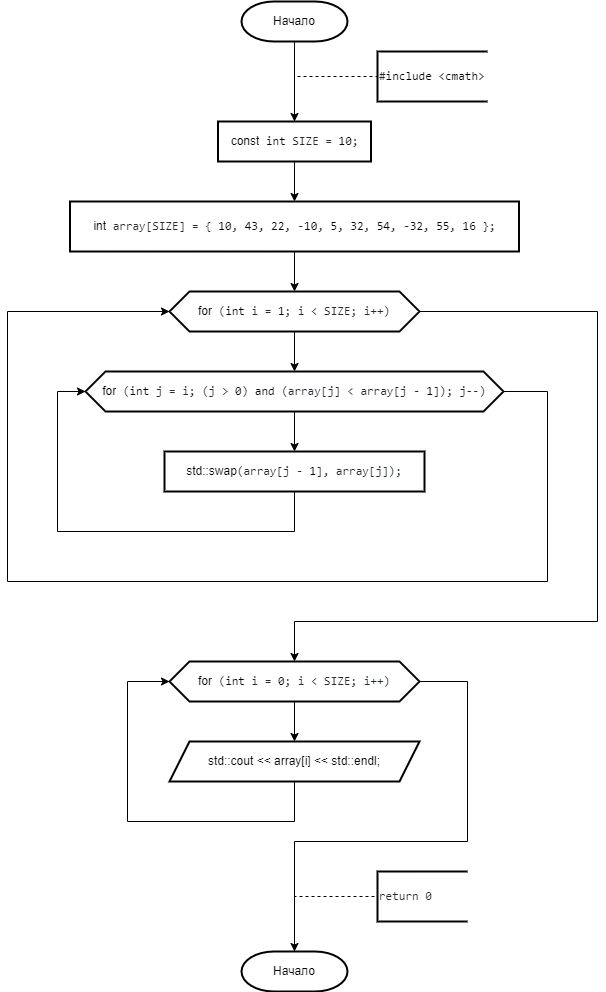
Above: Labs/Сортировка вставкой/Сортировка вставкой.png in IlyaFedoseev227/LABS-PNRPU-IVT-22-1b (draw.io), before the change. Source tidied: cells renumbered, new cells last; positions are measured from the earlier drawing's top-left corner, leaving out a move shared by most shapes.
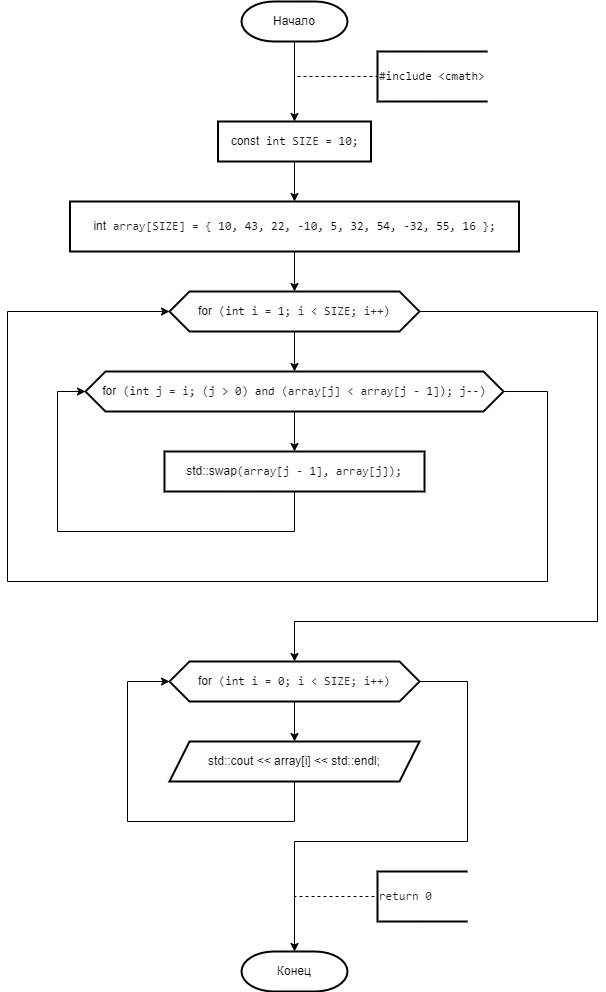
Later version of the same file.

What changed in the source:
```diff
@@ -96,7 +96,7 @@
     <mxCell id="22" value="&lt;div style=&quot;text-align: start;&quot;&gt;std::cout &amp;lt;&amp;lt; array[i] &amp;lt;&amp;lt; std::endl;&lt;br&gt;&lt;/div&gt;" style="shape=parallelogram;perimeter=parallelogramPerimeter;whiteSpace=wrap;html=1;fixedSize=1;strokeWidth=2;size=20;" parent="1" vertex="1">
       <mxGeometry x="162" y="740" width="250" height="40" as="geometry" />
     </mxCell>
-    <mxCell id="23" value="Начало" style="strokeWidth=2;html=1;shape=mxgraph.flowchart.terminator;whiteSpace=wrap;" parent="1" vertex="1">
+    <mxCell id="23" value="Конец" style="strokeWidth=2;html=1;shape=mxgraph.flowchart.terminator;whiteSpace=wrap;" parent="1" vertex="1">
       <mxGeometry x="234" y="950" width="106" height="40" as="geometry" />
     </mxCell>
     <mxCell id="24" style="edgeStyle=orthogonalEdgeStyle;rounded=0;jettySize=auto;html=1;exitX=0.5;exitY=0;exitDx=0;exitDy=0;entryX=0;entryY=0.5;entryDx=0;entryDy=0;entryPerimeter=0;dashed=1;endArrow=none;endFill=0;exitPerimeter=0;" parent="1" edge="1" source="23" target="25">
```
